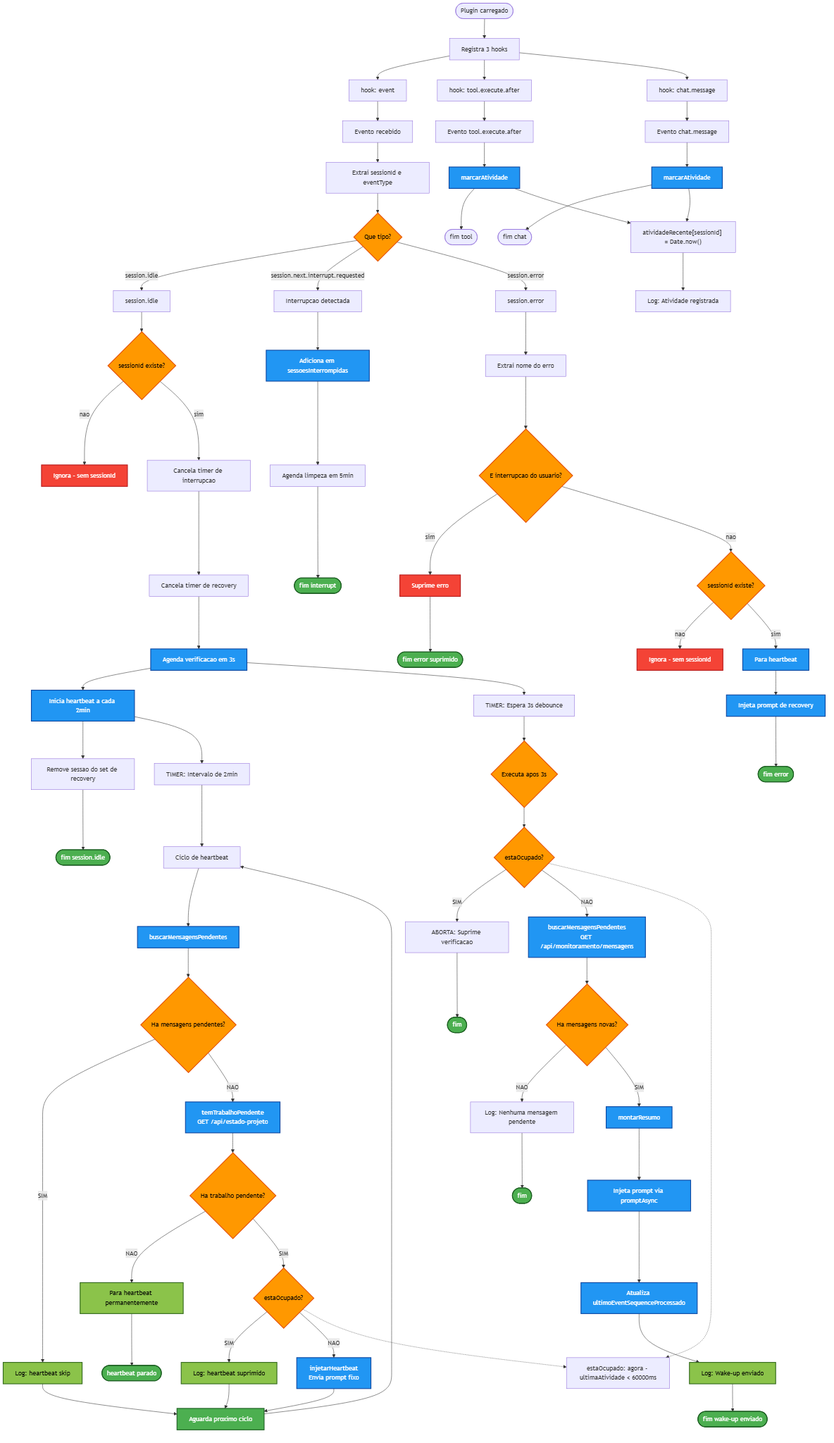
The Mermaid diagram docs/imagens/fluxo-plugin-wakeup.png in PauloDeTasso/AgentMap, before a commit. Its source is kept beside it as docs/imagens/fluxo-plugin-wakeup.mmd.
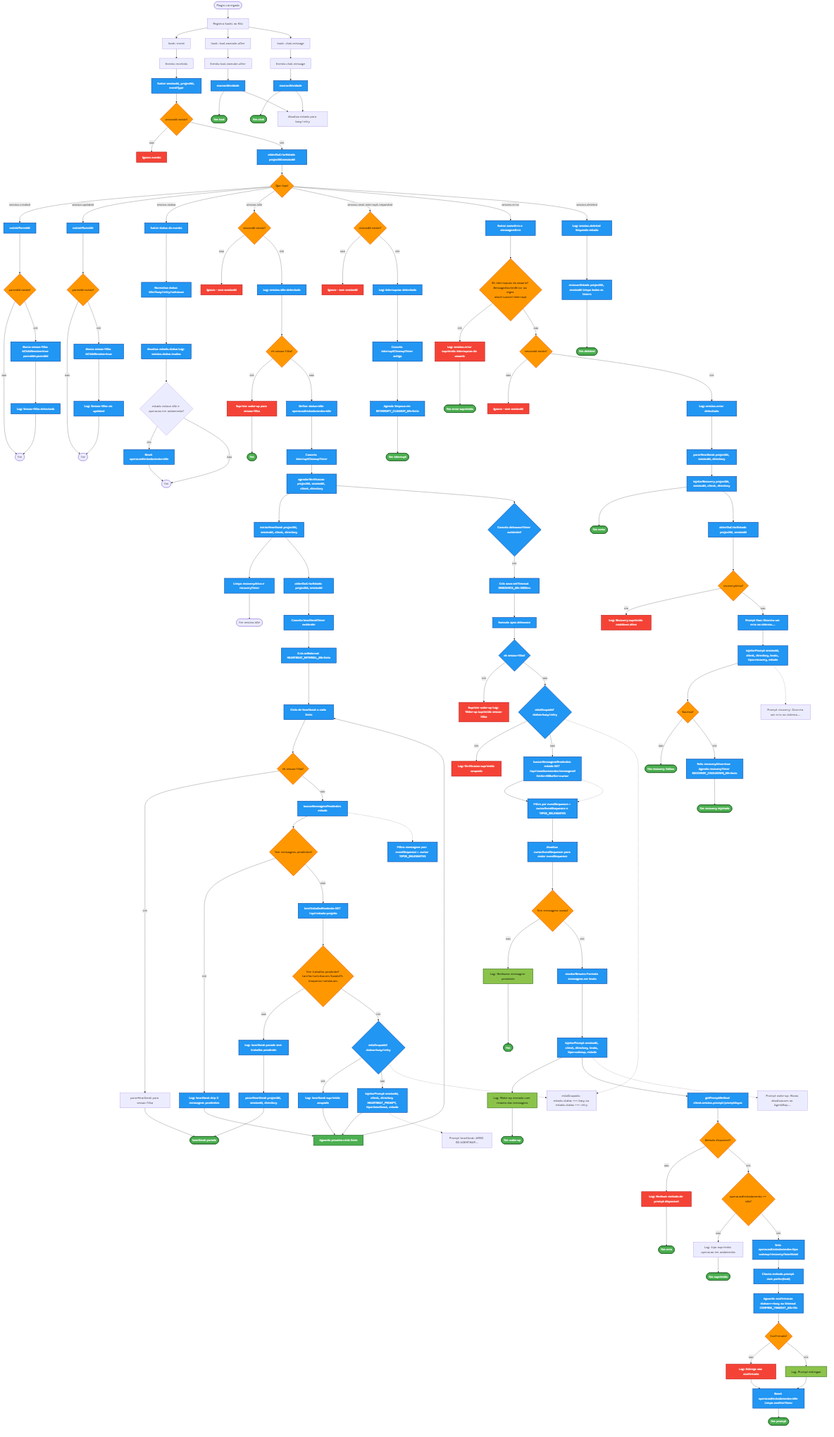
After the change.

Commit message:
docs: update wakeup plugin flowchart diagram and PNG

Change to the diagram source:
```diff
@@ -1,94 +1,162 @@
 flowchart TD
-    Start([Plugin carregado]) --> Register[Registra 3 hooks]
-    Register --> H1[hook: event]
-    Register --> H2[hook: tool.execute.after]
-    Register --> H3[hook: chat.message]
+    Start(["Plugin carregado"]) --> Register["Registra hooks no Kilo"]
+    Register --> H1["hook: event"]
+    Register --> H2["hook: tool.execute.after"]
+    Register --> H3["hook: chat.message"]
 
-    H2 --> TA[Evento tool.execute.after]
-    TA --> MarcarAtividadeTool[marcarAtividade]
-    MarcarAtividadeTool --> FimTA([fim tool])
+    H2 --> TA["Evento tool.execute.after"]
+    TA --> MarcarAtividadeTool["marcarAtividade"]
+    MarcarAtividadeTool --> FimTA(["fim tool"])
 
-    H3 --> CM[Evento chat.message]
-    CM --> MarcarAtividadeChat[marcarAtividade]
-    MarcarAtividadeChat --> FimCM([fim chat])
+    H3 --> CM["Evento chat.message"]
+    CM --> MarcarAtividadeChat["marcarAtividade"]
+    MarcarAtividadeChat --> FimCM(["fim chat"])
 
-    H1 --> EventRecebido[Evento recebido]
-    EventRecebido --> ExtrairIDs[Extrai sessionId e eventType]
-    ExtrairIDs --> ChecarTipoEvento{Que tipo?}
+    H1 --> EventRecebido["Evento recebido"]
+    EventRecebido --> ExtrairIDs["Extrai sessionId, projectId, eventType"]
+    ExtrairIDs --> ChecarSessionId{sessionId existe?}
+    ChecarSessionId -->|nao| IgnorarSemId["Ignora evento"]
+    ChecarSessionId -->|sim| ObterEstado["obterOuCriarEstado projectId:sessionId"]
 
-    ChecarTipoEvento -->|session.idle| IdleDetectado[session.idle]
-    IdleDetectado --> ValidarSessionId{sessionId existe?}
-    ValidarSessionId -->|nao| IgnorarIdle[Ignora - sem sessionId]
-    ValidarSessionId -->|sim| LimparInterrupcoes[Cancela timer de interrupcao]
-    LimparInterrupcoes --> LimparRecovery[Cancela timer de recovery]
-    LimparRecovery --> AgendarVerificacao[Agenda verificacao em 3s]
-    AgendarVerificacao --> IniciarHeartbeat[Inicia heartbeat a cada 2min]
-    IniciarHeartbeat --> LimparRecoveryFlag[Remove sessao do set de recovery]
-    LimparRecoveryFlag --> FimIdle([fim session.idle])
+    ObterEstado --> ChecarTipoEvento{Que tipo?}
 
-    ChecarTipoEvento -->|session.next.interrupt.requested| InterruptDetectado[Interrupcao detectada]
-    InterruptDetectado --> MarcarInterrompida[Adiciona em sessoesInterrompidas]
-    MarcarInterrompida --> AgendarLimpezaInterrupcao[Agenda limpeza em 5min]
-    AgendarLimpezaInterrupcao --> FimInterrupt([fim interrupt])
+    ChecarTipoEvento -->|session.created| ExtrairParent["extrairParentId"]
+    ExtrairParent --> TemParent{parentId existe?}
+    TemParent -->|nao| FimCreated(["fim"])
+    TemParent -->|sim| MarcarFilha["Marca sessao-filha isChildSession=true parentId=parentId"]
+    MarcarFilha --> LogFilha["Log: Sessao-filha detectada"]
+    LogFilha --> FimCreated
 
-    ChecarTipoEvento -->|session.error| ErrorDetectado[session.error]
-    ErrorDetectado --> ExtrairDetalhesErro[Extrai nome do erro]
-    ExtrairDetalhesErro --> ChecarInterrupcao{E interrupcao do usuario?}
-    ChecarInterrupcao -->|sim| SuprimirError[Suprime erro]
-    SuprimirError --> FimErrorSuprimido([fim error suprimido])
+    ChecarTipoEvento -->|session.updated| ExtrairParentUpdated["extrairParentId"]
+    ExtrairParentUpdated --> TemParentUpdated{parentId existe?}
+    TemParentUpdated -->|nao| FimUpdated(["fim"])
+    TemParentUpdated -->|sim| MarcarFilhaUpdated["Marca sessao-filha isChildSession=true"]
+    MarcarFilhaUpdated --> LogFilhaUpdated["Log: Sessao-filha via updated"]
+    LogFilhaUpdated --> FimUpdated
+
+    ChecarTipoEvento -->|session.status| ExtrairStatus["Extrai status do evento"]
+    ExtrairStatus --> NormalizarStatus["Normaliza status idle/busy/retry/unknown"]
+    NormalizarStatus --> AtualizarEstado["Atualiza estado.status Log: session.status mudou"]
+    AtualizarEstado --> LimparOperacao{estado estava idle e operacao em andamento?}
+    LimparOperacao -->|sim| ResetOperacao["Reset operacaoEmAndamento=idle"]
+    LimparOperacao -->|nao| FimStatus(["fim"])
+    ResetOperacao --> FimStatus
+
+    ChecarTipoEvento -->|session.idle| ValidarSessaoIdle{sessionId existe?}
+    ValidarSessaoIdle -->|nao| IgnorarIdle["Ignora - sem sessionId"]
+    ValidarSessaoIdle -->|sim| LogIdle["Log: session.idle detectado"]
+    LogIdle --> ChecarSessaoFilhaIdle{eh sessao-filha?}
+    ChecarSessaoFilhaIdle -->|sim| SuprimirIdleFilha["Suprime wake-up para sessao-filha"]
+    SuprimirIdleFilha --> FimIdle(["fim"])
+    ChecarSessaoFilhaIdle -->|nao| SetIdle["Define status=idle operacaoEmAndamento=idle"]
+    SetIdle --> LimparInterruptTimer["Cancela interruptCleanupTimer"]
+    LimparInterruptTimer --> AgendarVerificacaoIdle["agendarVerificacao projectId, sessionId, client, directory"]
+    AgendarVerificacaoIdle --> IniciarHeartbeatIdle["iniciarHeartbeat projectId, sessionId, client, directory"]
+    IniciarHeartbeatIdle --> LimparRecoveryFlagIdle["Limpa recoveryAtivo e recoveryTimer"]
+    LimparRecoveryFlagIdle --> FimIdleProcessado(["fim session.idle"])
+
+    ChecarTipoEvento -->|session.next.interrupt.requested| ValidarInterrupt{sessionId existe?}
+    ValidarInterrupt -->|nao| IgnorarInterrupt["Ignora - sem sessionId"]
+    ValidarInterrupt -->|sim| LogInterrupt["Log: Interrupcao detectada"]
+    LogInterrupt --> LimparInterruptTimerExistente["Cancela interruptCleanupTimer antigo"]
+    LimparInterruptTimerExistente --> AgendarLimpezaInterrupt["Agenda limpeza em INTERRUPT_CLEANUP_MS=5min"]
+    AgendarLimpezaInterrupt --> FimInterrupt(["fim interrupt"])
+
+    ChecarTipoEvento -->|session.error| ExtrairDetalhesError["Extrai nomeErro e mensagemErro"]
+    ExtrairDetalhesError --> ChecarInterrupcao{Eh interrupcao do usuario? MessageAbortedError ou regex abort/cancel/interrupt}
+    ChecarInterrupcao -->|sim| LogInterrupcaoError["Log: session.error suprimido interrupcao do usuario"]
+    LogInterrupcaoError --> FimErrorSuprimido(["fim error suprimido"])
     ChecarInterrupcao -->|nao| ValidarSessionIdError{sessionId existe?}
-    ValidarSessionIdError -->|nao| IgnorarError[Ignora - sem sessionId]
-    ValidarSessionIdError -->|sim| PararHeartbeatError[Para heartbeat]
-    PararHeartbeatError --> InjetarRecovery[Injeta prompt de recovery]
-    InjetarRecovery --> FimError([fim error])
+    ValidarSessionIdError -->|nao| IgnorarError["Ignora - sem sessionId"]
+    ValidarSessionIdError -->|sim| LogErrorReal["Log: session.error detectado"]
+    LogErrorReal --> PararHeartbeatError["pararHeartbeat projectId, sessionId, directory"]
+    PararHeartbeatError --> InjetarRecoveryError["injetarRecovery projectId, sessionId, client, directory"]
+    InjetarRecoveryError --> FimErrorReal(["fim error"])
 
-    AgendarVerificacao --> Timer3s[TIMER: Espera 3s debounce]
-    Timer3s --> ExecutarAposDebounce{Executa apos 3s}
-    ExecutarAposDebounce --> ChecarOcupadoAgora{estaOcupado?}
+    ChecarTipoEvento -->|session.deleted| LogDeleted["Log: session.deleted limpando estado"]
+    LogDeleted --> RemoverEstado["removerEstado projectId, sessionId Limpa todos os timers"]
+    RemoverEstado --> FimDeleted(["fim deleted"])
 
-    ChecarOcupadoAgora -->|SIM| AbortaVerificacao[ABORTA: Suprime verificacao]
-    AbortaVerificacao --> FimAborta([fim])
+    AgendarVerificacaoIdle --> LimparTimerDebounce{Cancela debounceTimer existente?}
+    LimparTimerDebounce -->|sim| CriarTimerDebounce["Cria novo setTimeout DEBOUNCE_MS=3000ms"]
+    CriarTimerDebounce --> ExecutarDebounce["Executa apos debounce"]
+    ExecutarDebounce --> ChecarSessaoFilhaWake{eh sessao-filha?}
+    ChecarSessaoFilhaWake -->|sim| SuprimirWakeFilha["Suprime wake-up Log: Wake-up suprimido sessao-filha"]
+    ChecarSessaoFilhaWake -->|nao| ChecarOcupadoWake{estaOcupado? status=busy/retry}
+    ChecarOcupadoWake -->|sim| LogOcupadoWake["Log: Verificacao suprimida ocupado"]
+    ChecarOcupadoWake -->|nao| BuscarMensagensWake["buscarMensagensPendentes estado GET /api/monitoramento/mensagens?limite=50&after=cursor"]
+    BuscarMensagensWake --> FiltrarWake["Filtra por eventSequence > cursorEventSequence e TIPOS_RELEVANTES"]
+    FiltrarWake --> AtualizarCursorWake["Atualiza cursorEventSequence para maior eventSequence"]
+    AtualizarCursorWake --> TemMensagensWake{Tem mensagens novas?}
+    TemMensagensWake -->|nao| LogSemMensagensWake["Log: Nenhuma mensagem pendente"]
+    LogSemMensagensWake --> FimSemMensagensWake(["fim"])
+    TemMensagensWake -->|sim| MontarResumoWake["montarResumo Formata mensagens em texto"]
+    MontarResumoWake --> InjetarPromptWake["injetarPrompt sessionId, client, directory, texto, tipo=wakeup, estado"]
+    InjetarPromptWake --> LogWakeEnviado["Log: Wake-up enviado com resumo das mensagens"]
+    LogWakeEnviado --> FimWakeEnviado(["fim wake-up"])
 
-    ChecarOcupadoAgora -->|NAO| BuscarMensagens[buscarMensagensPendentes\nGET /api/monitoramento/mensagens]
-    BuscarMensagens --> TemMensagens{Ha mensagens novas?}
+    InjetarPromptWake --> DetectarMetodoPrompt["getPromptMethod client.session.prompt/promptAsync"]
+    DetectarMetodoPrompt --> MetodoDisponivel{Metodo disponivel?}
+    MetodoDisponivel -->|nao| LogErroMetodo["Log: Nenhum metodo de prompt disponivel"]
+    LogErroMetodo --> FimErroMetodo(["fim erro"])
+    MetodoDisponivel -->|sim| ChecarOperacaoEmAndamento{operacaoEmAndamento == idle?}
+    ChecarOperacaoEmAndamento -->|nao| LogSuprimidoOp["Log: tipo suprimido operacao em andamento"]
+    LogSuprimidoOp --> FimSuprimidoOp(["fim suprimido"])
+    ChecarOperacaoEmAndamento -->|sim| SetOperacao["Seta operacaoEmAndamento=tipo wakeup/recovery/heartbeat"]
+    SetOperacao --> ChamarPrompt["Chama metodo.prompt com parts=(text)"]
+    ChamarPrompt --> AguardarConfirmacao["Aguarda confirmacao status===busy ou timeout CONFIRM_TIMEOUT_MS=10s"]
+    AguardarConfirmacao --> Confirmado{Confirmado?}
+    Confirmado -->|nao| LogNaoConfirmado["Log: Entrega nao confirmada"]
+    Confirmado -->|sim| LogConfirmado["Log: Prompt entregue"]
+    LogNaoConfirmado --> ResetOperacaoFinally["Reset operacaoEmAndamento=idle Limpa confirmTimer"]
+    LogConfirmado --> ResetOperacaoFinally
+    ResetOperacaoFinally --> FimPromptInjetado(["fim prompt"])
 
-    TemMensagens -->|NAO| LogSemMensagens[Log: Nenhuma mensagem pendente]
-    LogSemMensagens --> FimSemMensagens([fim])
+    InjetarRecoveryError --> ObterEstadoRecovery["obterOuCriarEstado projectId, sessionId"]
+    ObterEstadoRecovery --> ChecarRecoveryAtivo{recoveryAtivo?}
+    ChecarRecoveryAtivo -->|sim| LogRecoverySuprimido["Log: Recovery suprimido cooldown ativo"]
+    ChecarRecoveryAtivo -->|nao| MontarPromptRecovery["Prompt fixo: "Ocorreu um erro no sistema...""]
+    MontarPromptRecovery --> InjetarPromptRecovery["injetarPrompt sessionId, client, directory, texto, tipo=recovery, estado"]
+    InjetarPromptRecovery --> SucessoRecovery{Sucesso?}
+    SucessoRecovery -->|nao| FimRecoveryFalhou(["fim recovery falhou"])
+    SucessoRecovery -->|sim| SetRecoveryAtivo["Seta recoveryAtivo=true  Agenda recoveryTimer RECOVERY_COOLDOWN_MS=5min"]
+    SetRecoveryAtivo --> FimRecoverySucesso(["fim recovery injetado"])
 
-    TemMensagens -->|SIM| MontarResumo[montarResumo]
-    MontarResumo --> InjetarPromptWakeup[Injeta prompt via promptAsync]
-    InjetarPromptWakeup --> AtualizarCursor[Atualiza ultimoEventSequenceProcessado]
-    AtualizarCursor --> LogSucesso[Log: Wake-up enviado]
-    LogSucesso --> FimSucesso([fim wake-up enviado])
+    IniciarHeartbeatIdle --> ObterEstadoHB["obterOuCriarEstado projectId, sessionId"]
+    ObterEstadoHB --> LimparHeartbeatTimer["Cancela heartbeatTimer existente"]
+    LimparHeartbeatTimer --> CriarIntervalo["Cria setInterval HEARTBEAT_INTERVAL_MS=2min"]
+    CriarIntervalo --> CicloHeartbeatHB["Ciclo de heartbeat a cada 2min"]
+    CicloHeartbeatHB --> ChecarSessaoFilhaHB{eh sessao-filha?}
+    ChecarSessaoFilhaHB -->|sim| PararHBFilha["pararHeartbeat para sessao-filha"]
+    ChecarSessaoFilhaHB -->|nao| BuscarMensagensHB["buscarMensagensPendentes estado"]
+    BuscarMensagensHB --> TemMensagensHB{Tem mensagens pendentes?}
+    TemMensagensHB -->|sim| LogSkipHB["Log: heartbeat skip X mensagens pendentes"]
+    TemMensagensHB -->|nao| ChecarTrabalhoPendente["temTrabalhoPendente GET /api/estado-projeto"]
+    ChecarTrabalhoPendente --> TemTrabalho{Tem trabalho pendente? tarefas/solicitacoes/handoffs bloqueios/validacoes}
+    TemTrabalho -->|nao| LogPararHB["Log: heartbeat parado sem trabalho pendente"]
+    LogPararHB --> PararHBSemTrabalho["pararHeartbeat projectId, sessionId, directory"]
+    TemTrabalho -->|sim| ChecarOcupadoHB{estaOcupado? status=busy/retry}
+    ChecarOcupadoHB -->|sim| LogOcupadoHB["Log: heartbeat suprimido ocupado"]
+    ChecarOcupadoHB -->|nao| InjetarPromptHB["injetarPrompt sessionId, client, directory HEARTBEAT_PROMPT, tipo=heartbeat, estado"]
+    LogSkipHB --> AguardarProximoCiclo["Aguarda proximo ciclo 2min"]
+    LogOcupadoHB --> AguardarProximoCiclo
+    InjetarPromptHB --> AguardarProximoCiclo
+    PararHBSemTrabalho --> FimHBPausado(["heartbeat parado"])
+    PararHBFilha --> FimHBPausado
+    AguardarProximoCiclo --> CicloHeartbeatHB
 
-    IniciarHeartbeat --> Timer2min[TIMER: Intervalo de 2min]
-    Timer2min --> CicloHeartbeat[Ciclo de heartbeat]
-    CicloHeartbeat --> BuscarMensagensHB[buscarMensagensPendentes]
-    BuscarMensagensHB --> TemMensagensHB{Ha mensagens pendentes?}
+    MarcarAtividadeTool --> AtividadeMap["Atualiza estado para busy/retry"]
+    MarcarAtividadeChat --> AtividadeMap
 
-    TemMensagensHB -->|SIM| SkipHB[Log: heartbeat skip]
-    SkipHB --> AguardaProximoCiclo[Aguarda proximo ciclo]
-    AguardaProximoCiclo --> CicloHeartbeat
+    ChecarOcupadoWake -.-> FuncaoOcupado["estaOcupado: estado.status === busy ou estado.status === retry"]
+    ChecarOcupadoHB -.-> FuncaoOcupado
 
-    TemMensagensHB -->|NAO| ChecarTrabalhoPendente[temTrabalhoPendente\nGET /api/estado-projeto]
-    ChecarTrabalhoPendente --> TemTrabalho{Ha trabalho pendente?}
+    BuscarMensagensWake -.-> FiltrarWake
+    BuscarMensagensHB -.-> FiltrarHB["Filtra mensagens por: eventSequence > cursor TIPOS_RELEVANTES"]
 
-    TemTrabalho -->|NAO| PararHB[Para heartbeat permanentemente]
-    PararHB --> FimParado([heartbeat parado])
-
-    TemTrabalho -->|SIM| ChecarOcupadoHB{estaOcupado?}
-    ChecarOcupadoHB -->|SIM| SuppressHB[Log: heartbeat suprimido]
-    SuppressHB --> AguardaProximoCiclo
-
-    ChecarOcupadoHB -->|NAO| InjetarHB[injetarHeartbeat\nEnvia prompt fixo]
-    InjetarHB --> AguardaProximoCiclo
-
-    MarcarAtividadeTool --> AtividadeMap["atividadeRecente[sessionId] = Date.now()"]
-    MarcarAtividadeChat --> AtividadeMap
-    AtividadeMap --> LogAtividade[Log: Atividade registrada]
-
-    ChecarOcupadoAgora -.-> FuncaoOcupado["estaOcupado: agora - ultimaAtividade < 60000ms"]
-    ChecarOcupadoHB -.-> FuncaoOcupado
+    InjetarPromptRecovery -.-> PromptRecovery["Prompt recovery: "Ocorreu um erro no sistema...""]
+    InjetarPromptWake -.-> PromptWakeup["Prompt wake-up: "Novas atualizacoes no AgentMap...""]
+    InjetarPromptHB -.-> PromptHB["Prompt heartbeat: "AVISO DO AGENTMAP...""]
 
     classDef decisao fill:#ff9800,stroke:#e65100,color:#000,stroke-width:2px
     classDef processo fill:#2196f3,stroke:#0d47a1,color:#fff,stroke-width:2px
@@ -96,8 +164,8 @@
     classDef sucesso fill:#8bc34a,stroke:#33691e,color:#000,stroke-width:2px
     classDef erro fill:#f44336,stroke:#b71c1c,color:#fff,stroke-width:2px
 
-    class ChecarTipoEvento,ExecutarAposDebounce,ChecarOcupadoAgora,TemMensagens,TemMensagensHB,TemTrabalho,ChecarOcupadoHB,ValidarSessionId,ValidarSessionIdError,ChecarInterrupcao decisao
-    class AgendarVerificacao,BuscarMensagens,MontarResumo,InjetarPromptWakeup,AtualizarCursor,IniciarHeartbeat,BuscarMensagensHB,ChecarTrabalhoPendente,InjetarHB,InjetarRecovery,PararHeartbeatError,MarcarAtividadeTool,MarcarAtividadeChat,MarcarInterrompida processo
-    class FimIdle,FimInterrupt,FimErrorSuprimido,FimError,FimAborta,FimSemMensagens,FimSucesso,FimParado,AguardaProximoCiclo terminal
-    class LogSucesso,SkipHB,SuppressHB,PararHB sucesso
-    class SuprimirError,IgnorarIdle,IgnorarError erro
+    class ChecarSessionId,ChecarTipoEvento,TemParent,ChecarSessaoFilhaIdle,ValidarSessaoIdle,ChecarSessaoFilhaWake,ChecarOcupadoWake,TemMensagensWake,ChecarTipoEvento,TemParentUpdated,ChecarOcupadoHB,TemMensagensHB,TemTrabalho,ChecarInterrupcao,ValidarSessionIdError,MetodoDisponivel,ChecarOperacaoEmAndamento,Confirmado,ChecarRecoveryAtivo,SucessoRecovery,ChecarSessaoFilhaHB,ValidarInterrupt,ChecarSessaoFilhaIdle,ChecarOcupadoWake,TemMensagensWake decisao
+    class ObterEstado,ExtrairIDs,ExtrairParent,ExtrairParentUpdated,ExtrairStatus,NormalizarStatus,AtualizarEstado,ResetOperacao,SetIdle,LimparInterruptTimer,AgendarVerificacaoIdle,IniciarHeartbeatIdle,LimparRecoveryFlagIdle,LogIdle,MarcarFilha,LogFilha,MarcarFilhaUpdated,LogFilhaUpdated,LogInterrupt,LimparInterruptTimerExistente,AgendarLimpezaInterrupt,LogDeleted,RemoverEstado,ExtrairDetalhesError,LogErrorReal,PararHeartbeatError,InjetarRecoveryError,LimparTimerDebounce,CriarTimerDebounce,ExecutarDebounce,ChecarSessaoFilhaWake,SuprimirWakeFilha,ChecarOcupadoWake,LogOcupadoWake,BuscarMensagensWake,FiltrarWake,AtualizarCursorWake,MontarResumoWake,InjetarPromptWake,LogWakeEnviado,DetectarMetodoPrompt,SetOperacao,ChamarPrompt,AguardarConfirmacao,ResetOperacaoFinally,ObterEstadoRecovery,MontarPromptRecovery,InjetarPromptRecovery,SetRecoveryAtivo,ObterEstadoHB,LimparHeartbeatTimer,CriarIntervalo,CicloHeartbeatHB,BuscarMensagensHB,FiltrarHB,ChecarTrabalhoPendente,LogSkipHB,LogPararHB,PararHBSemTrabalho,ChecarOcupadoHB,LogOcupadoHB,InjetarPromptHB,MarcarAtividadeTool,MarcarAtividadeChat processo
+    class FimTA,FimCM,FimIdle,FimInterrupt,FimErrorSuprimido,FimErrorReal,FimDeleted,FimAborta,FimSemMensagensWake,FimWakeEnviado,FimErroMetodo,FimSuprimidoOp,FimPromptInjetado,FimRecoveryFalhou,FimRecoverySucesso,FimHBPausado,AguardarProximoCiclo terminal
+    class LogSemMensagensWake,LogWakeEnviado,SkipHB,SuppressHB,PararHB,LogConfirmado sucesso
+    class IgnorarSemId,IgnorarIdle,IgnorarInterrupt,IgnorarError,SuprimirIdleFilha,SuprimirWakeFilha,LogOcupadoWake,LogInterrupcaoError,LogRecoverySuprimido,LogNaoConfirmado,LogErroMetodo erro
```
